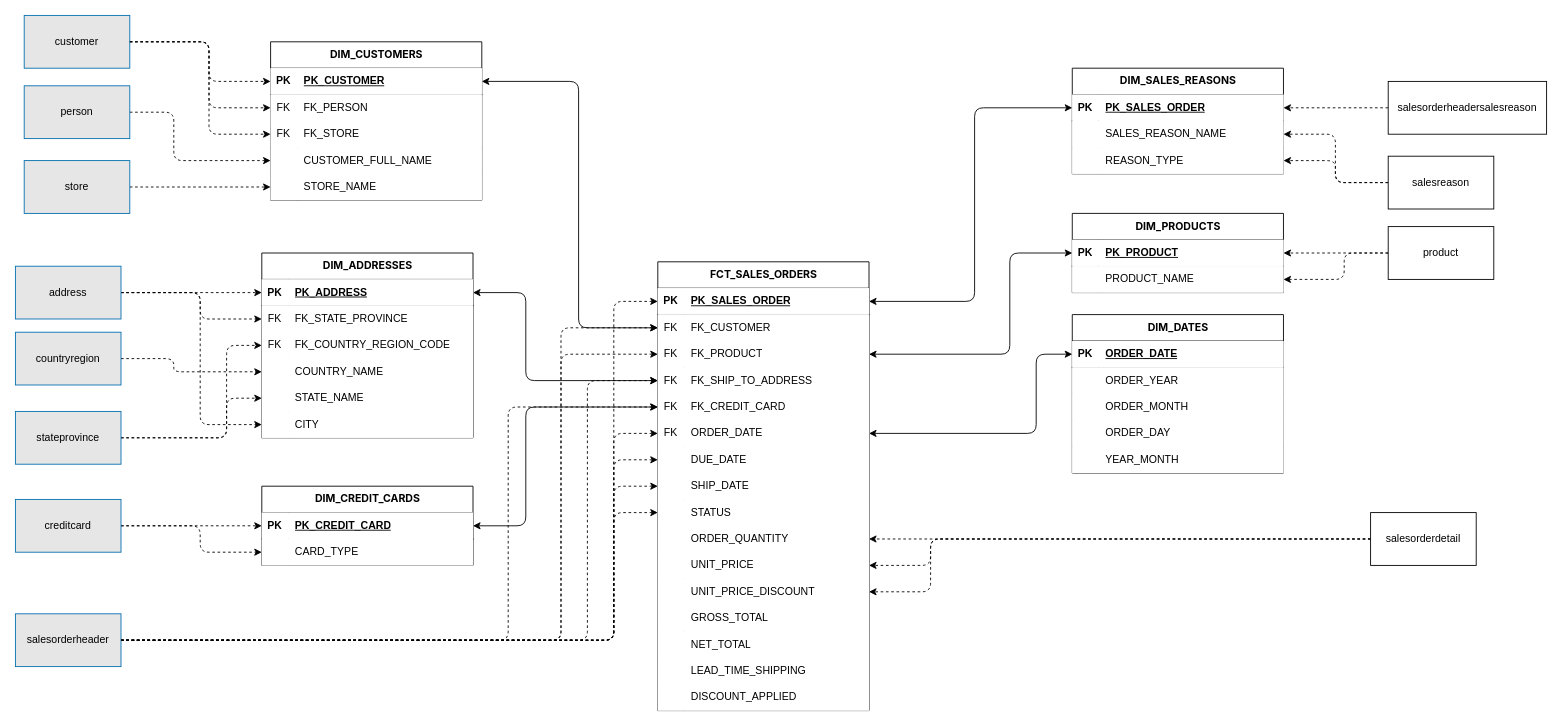
pedro-brigido/fea_deafio keeps this draw.io diagram as resources/fea_dw.drawio. Above is the earlier version. Source tidied: cells renumbered, new cells numbered last; positions are measured from the earlier drawing's top-left corner, leaving out a move shared by most shapes. Both pictures are drawn from the tidied source at 88%, with x=0, y=0 at pixel (15, 15).
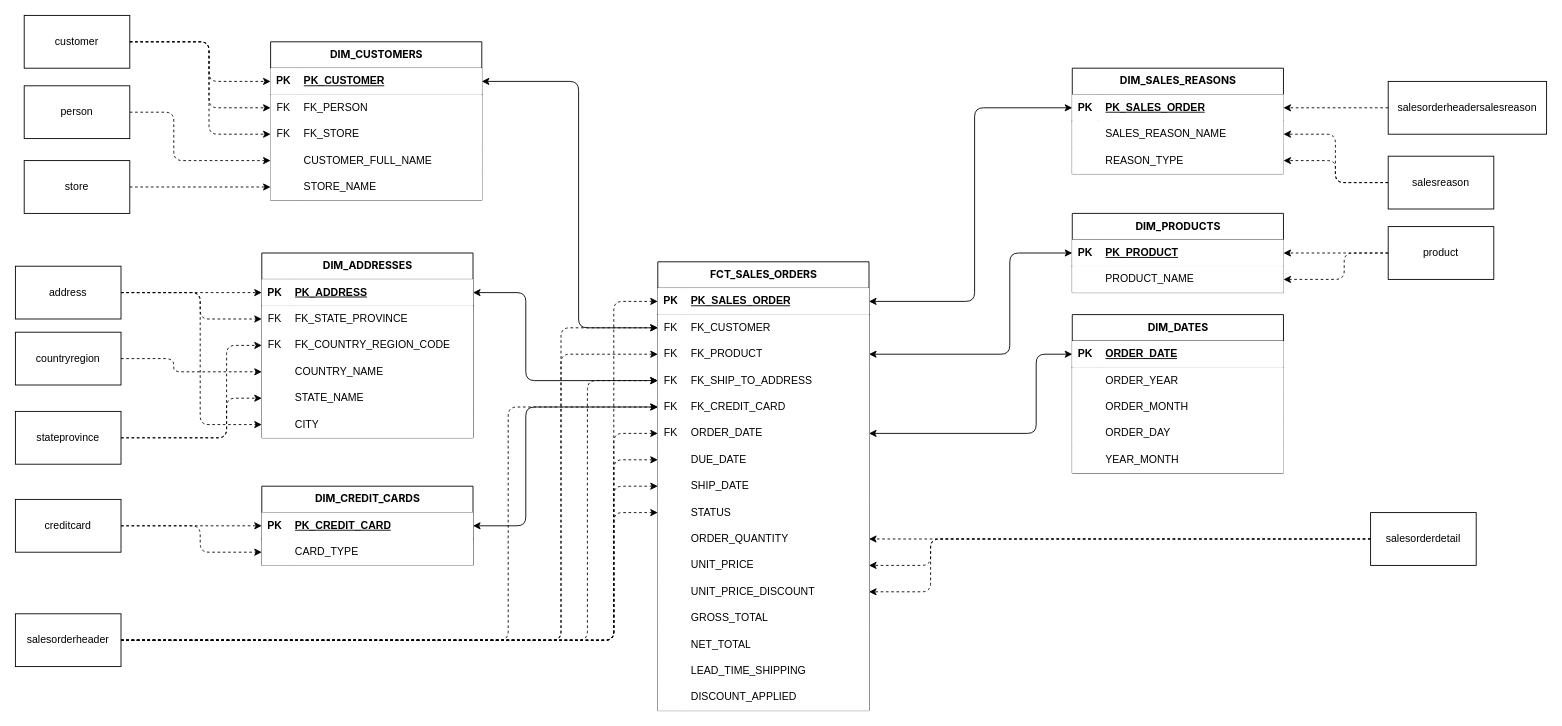
Above is the later version.

Commit message (it also covers changes not shown here):
Improve diagram

What changed in the source:
```diff
@@
-    <mxCell id="116" value="customer" style="rounded=0;whiteSpace=wrap;html=1;fillColor=light-dark(#E6E6E6,#66B2FF);fontColor=light-dark(#000000,#000000);strokeColor=light-dark(#006EAF,#66B2FF);" parent="1" vertex="1">
+    <mxCell id="116" value="customer" style="rounded=0;whiteSpace=wrap;html=1;fillColor=light-dark(#FFFFFF,#66B2FF);fontColor=light-dark(#000000,#000000);strokeColor=light-dark(#000000,#66B2FF);" parent="1" vertex="1">
       <mxGeometry x="10" width="120" height="60" as="geometry" />
     </mxCell>
@@
-    <mxCell id="118" value="store" style="rounded=0;whiteSpace=wrap;html=1;fillColor=light-dark(#E6E6E6,#66B2FF);fontColor=light-dark(#000000,#000000);strokeColor=light-dark(#006EAF,#66B2FF);" parent="1" vertex="1">
+    <mxCell id="118" value="store" style="rounded=0;whiteSpace=wrap;html=1;fillColor=light-dark(#FFFFFF,#66B2FF);fontColor=light-dark(#000000,#000000);strokeColor=light-dark(#000000,#66B2FF);" parent="1" vertex="1">
       <mxGeometry x="10" y="165" width="120" height="60" as="geometry" />
     </mxCell>
@@
-    <mxCell id="120" value="person" style="rounded=0;whiteSpace=wrap;html=1;fillColor=light-dark(#E6E6E6,#66B2FF);fontColor=light-dark(#000000,#000000);strokeColor=light-dark(#006EAF,#66B2FF);" parent="1" vertex="1">
+    <mxCell id="120" value="person" style="rounded=0;whiteSpace=wrap;html=1;fillColor=light-dark(#FFFFFF,#66B2FF);fontColor=light-dark(#000000,#000000);strokeColor=light-dark(#000000,#66B2FF);" parent="1" vertex="1">
       <mxGeometry x="10" y="80" width="120" height="60" as="geometry" />
     </mxCell>
@@
-    <mxCell id="126" value="address" style="rounded=0;whiteSpace=wrap;html=1;fillColor=light-dark(#E6E6E6,#66B2FF);fontColor=light-dark(#000000,#000000);strokeColor=light-dark(#006EAF,#66B2FF);" parent="1" vertex="1">
+    <mxCell id="126" value="address" style="rounded=0;whiteSpace=wrap;html=1;fillColor=light-dark(#FFFFFF,#66B2FF);fontColor=light-dark(#000000,#000000);strokeColor=light-dark(#000000,#66B2FF);" parent="1" vertex="1">
       <mxGeometry y="285" width="120" height="60" as="geometry" />
     </mxCell>
@@
-    <mxCell id="128" value="countryregion" style="rounded=0;whiteSpace=wrap;html=1;fillColor=light-dark(#E6E6E6,#66B2FF);fontColor=light-dark(#000000,#000000);strokeColor=light-dark(#006EAF,#66B2FF);" parent="1" vertex="1">
+    <mxCell id="128" value="countryregion" style="rounded=0;whiteSpace=wrap;html=1;fillColor=light-dark(#FFFFFF,#66B2FF);fontColor=light-dark(#000000,#000000);strokeColor=light-dark(#000000,#66B2FF);" parent="1" vertex="1">
       <mxGeometry y="360" width="120" height="60" as="geometry" />
     </mxCell>
@@
-    <mxCell id="131" value="stateprovince" style="rounded=0;whiteSpace=wrap;html=1;fillColor=light-dark(#E6E6E6,#66B2FF);fontColor=light-dark(#000000,#000000);strokeColor=light-dark(#006EAF,#66B2FF);" parent="1" vertex="1">
+    <mxCell id="131" value="stateprovince" style="rounded=0;whiteSpace=wrap;html=1;fillColor=light-dark(#FFFFFF,#66B2FF);fontColor=light-dark(#000000,#000000);strokeColor=light-dark(#000000,#66B2FF);" parent="1" vertex="1">
       <mxGeometry y="450" width="120" height="60" as="geometry" />
     </mxCell>
@@
-    <mxCell id="134" value="creditcard" style="rounded=0;whiteSpace=wrap;html=1;fillColor=light-dark(#E6E6E6,#66B2FF);fontColor=light-dark(#000000,#000000);strokeColor=light-dark(#006EAF,#66B2FF);" parent="1" vertex="1">
+    <mxCell id="134" value="creditcard" style="rounded=0;whiteSpace=wrap;html=1;fillColor=light-dark(#FFFFFF,#66B2FF);fontColor=light-dark(#000000,#000000);strokeColor=light-dark(#000000,#66B2FF);" parent="1" vertex="1">
       <mxGeometry y="550" width="120" height="60" as="geometry" />
     </mxCell>
@@
-    <mxCell id="162" value="salesorderheader" style="rounded=0;whiteSpace=wrap;html=1;fillColor=light-dark(#E6E6E6,#66B2FF);fontColor=light-dark(#000000,#000000);strokeColor=light-dark(#006EAF,#66B2FF);" parent="1" vertex="1">
+    <mxCell id="162" value="salesorderheader" style="rounded=0;whiteSpace=wrap;html=1;fillColor=light-dark(#FFFFFF,#66B2FF);fontColor=light-dark(#000000,#000000);strokeColor=light-dark(#000000,#66B2FF);" parent="1" vertex="1">
       <mxGeometry y="680" width="120" height="60" as="geometry" />
     </mxCell>
```
